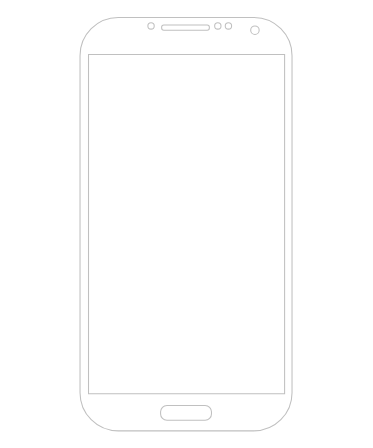
Earlier version of the draw.io diagram draw.io/Mock Up Dashboard.drawio (drakuno/diagramas-patitas). Source tidied: cells renumbered, new cells numbered last; positions are measured from the earlier drawing's top-left corner, leaving out a move shared by most shapes. Both pictures are drawn from the tidied source at 106%, with x=0, y=0 at pixel (80, 17).
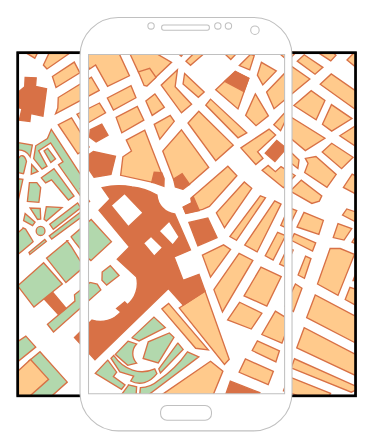
The same diagram, later.

What changed in the source:
```diff
@@
 <mxGraphModel>
   <root>
     <mxCell id="0" />
     <mxCell id="1" parent="0" />
+    <mxCell id="3" style="verticalLabelPosition=bottom;shadow=0;dashed=0;align=center;html=1;verticalAlign=top;strokeWidth=1;shape=mxgraph.mockup.misc.map;" parent="1" vertex="1">
+      <mxGeometry x="-59" y="33" width="320" height="325" as="geometry" />
+    </mxCell>
     <mxCell id="2" style="verticalLabelPosition=bottom;verticalAlign=top;html=1;shadow=0;dashed=0;strokeWidth=1;shape=mxgraph.android.phone2;strokeColor=#c0c0c0;" parent="1" vertex="1">
       <mxGeometry width="200" height="390" as="geometry" />
     </mxCell>
   </root>
 </mxGraphModel>
```
